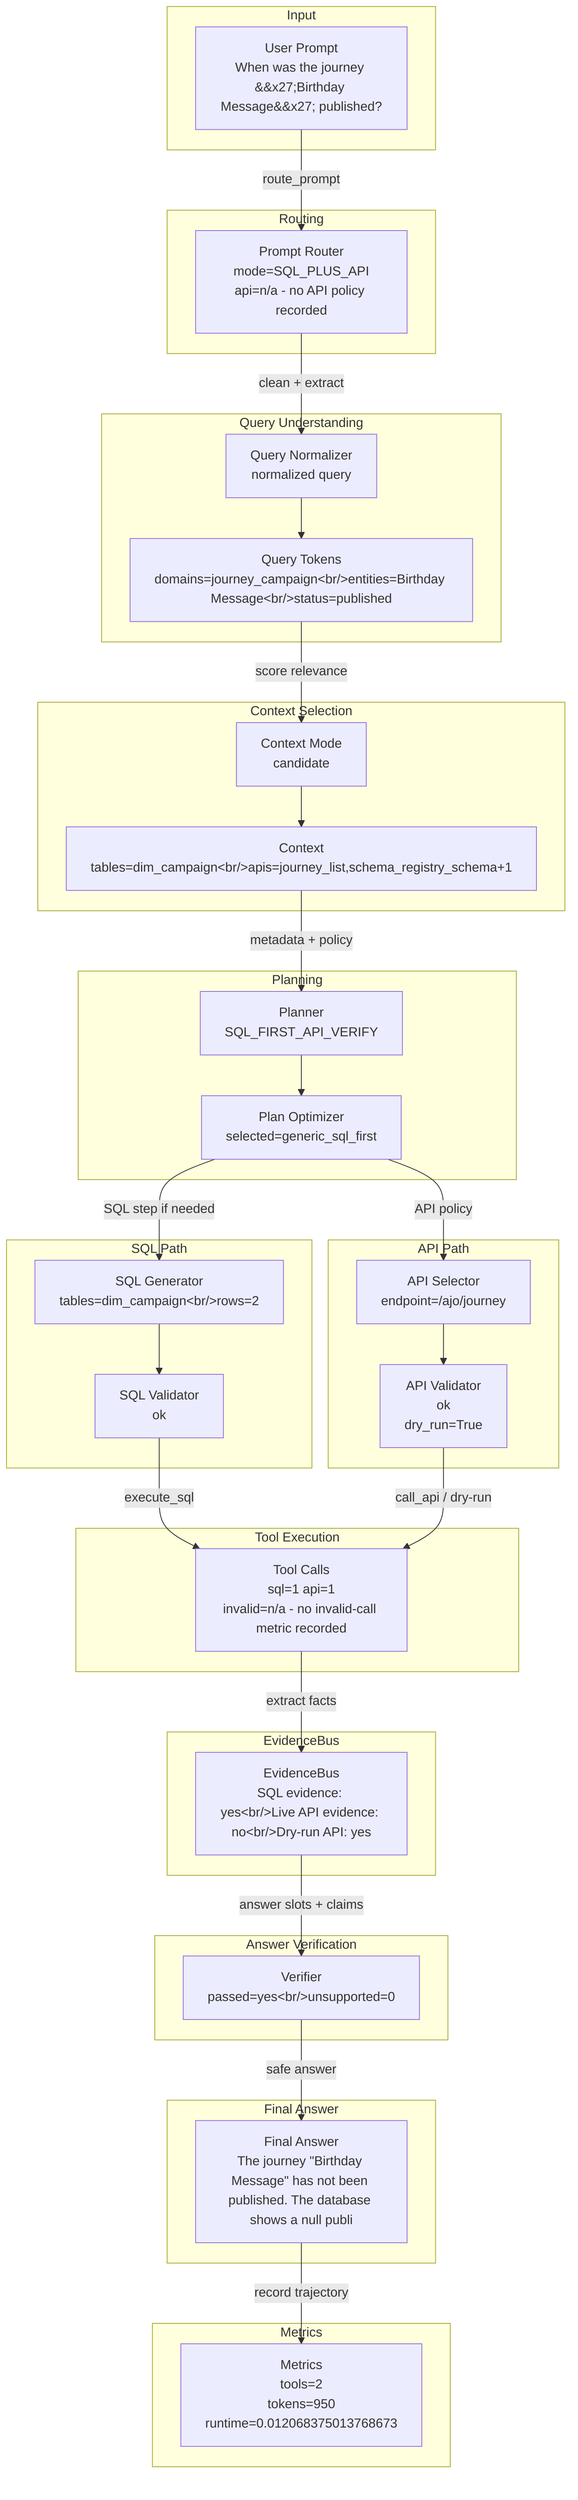
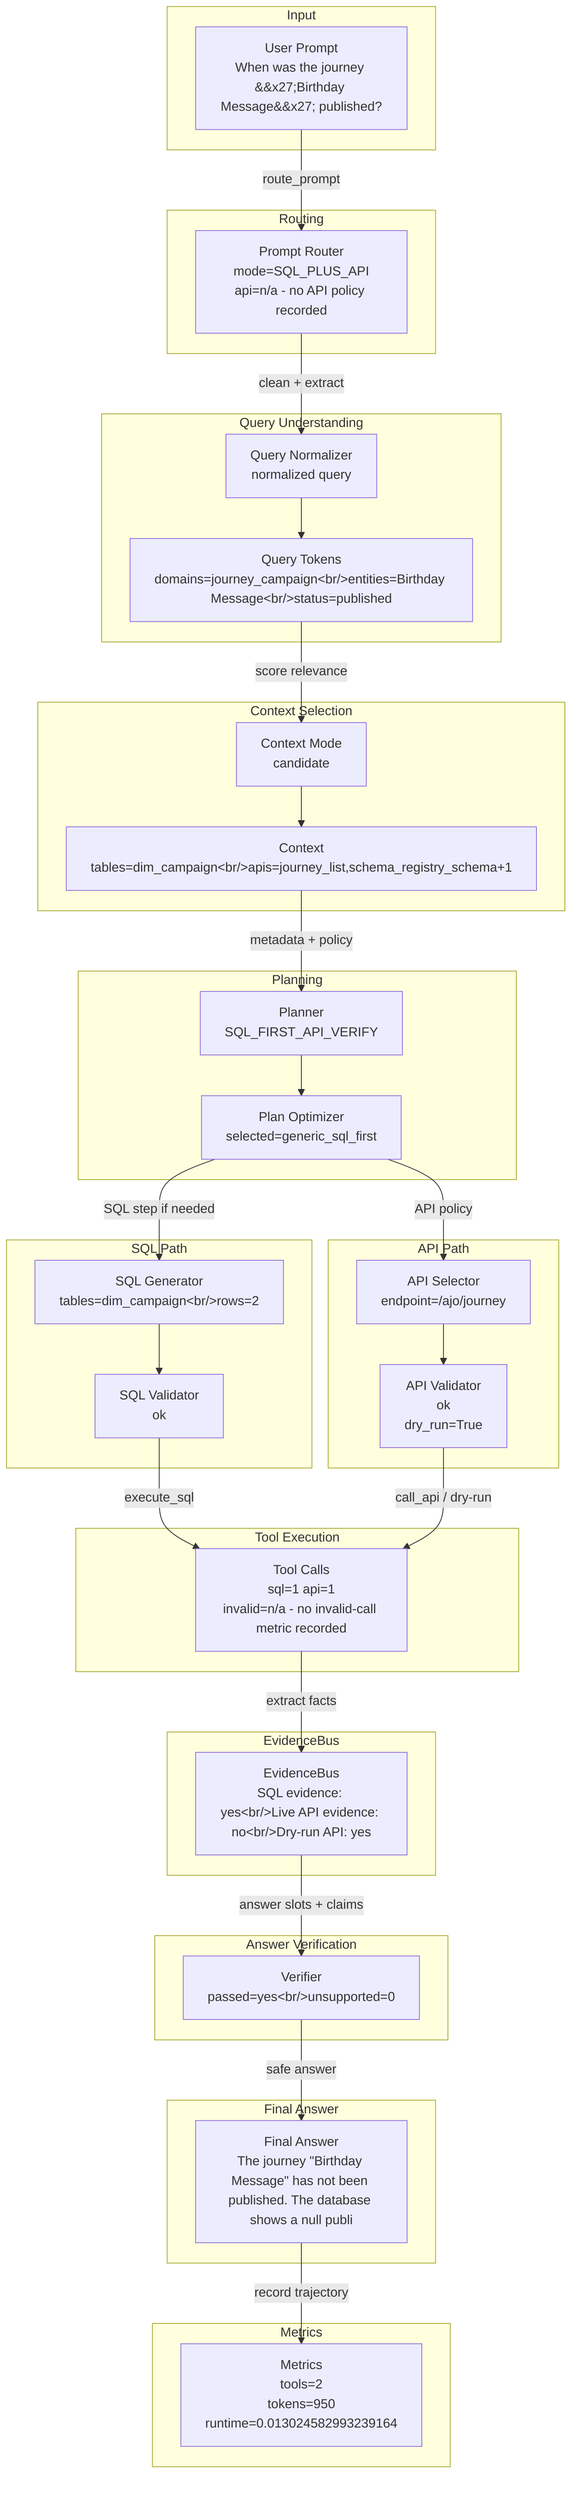
flowchart TD
  subgraph Input
    input_prompt["User Prompt<br/>When was the journey &#x27;Birthday Message&#x27; published?"]
  end
  subgraph Routing
    router["Prompt Router<br/>mode=SQL_PLUS_API<br/>api=n/a - no API policy recorded"]
    input_prompt -->|route_prompt| router
  end
  subgraph QueryUnderstanding["Query Understanding"]
    normalizer["Query Normalizer<br/>normalized query"]
    tokens["Query Tokens<br/>domains=journey_campaign&lt;br/&gt;entities=Birthday Message&lt;br/&gt;status=published"]
    router -->|clean + extract| normalizer --> tokens
  end
  subgraph ContextSelection["Context Selection"]
    context["Context Mode<br/>candidate"]
    candidates["Context<br/>tables=dim_campaign&lt;br/&gt;apis=journey_list,schema_registry_schema+1"]
    tokens -->|score relevance| context --> candidates
  end
  subgraph Planning
    planner["Planner<br/>SQL_FIRST_API_VERIFY"]
    optimizer["Plan Optimizer<br/>selected=generic_sql_first"]
    candidates -->|metadata + policy| planner --> optimizer
  end
  subgraph SQLPath["SQL Path"]
    sqlgen["SQL Generator<br/>tables=dim_campaign&lt;br/&gt;rows=2"]
    sqlval["SQL Validator<br/>ok"]
    optimizer -->|SQL step if needed| sqlgen --> sqlval
  end
  subgraph APIPath["API Path"]
    apisel["API Selector<br/>endpoint=/ajo/journey"]
    apival["API Validator<br/>ok<br/>dry_run=True"]
    optimizer -->|API policy| apisel --> apival
  end
  subgraph ToolExecution["Tool Execution"]
    tools["Tool Calls<br/>sql=1 api=1<br/>invalid=n/a - no invalid-call metric recorded"]
    sqlval -->|execute_sql| tools
    apival -->|call_api / dry-run| tools
  end
  subgraph EvidenceBus
    evidence["EvidenceBus<br/>SQL evidence: yes&lt;br/&gt;Live API evidence: no&lt;br/&gt;Dry-run API: yes"]
    tools -->|extract facts| evidence
  end
  subgraph AnswerVerification["Answer Verification"]
    verifier["Verifier<br/>passed=yes&lt;br/&gt;unsupported=0"]
    evidence -->|answer slots + claims| verifier
  end
  subgraph FinalAnswer["Final Answer"]
    answer["Final Answer<br/>The journey &quot;Birthday Message&quot; has not been published. The database shows a null publi"]
    verifier -->|safe answer| answer
  end
  subgraph Metrics
-     metrics["Metrics<br/>tools=2<br/>tokens=950<br/>runtime=0.012068375013768673"]
+     metrics["Metrics<br/>tools=2<br/>tokens=950<br/>runtime=0.013024582993239164"]
    answer -->|record trajectory| metrics
  end
